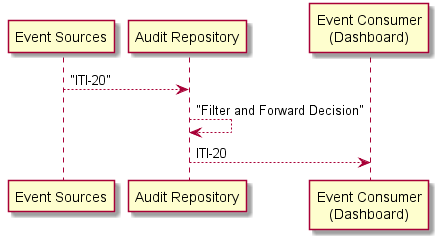
The PlantUML diagram pix-rest-workflow.png in rjhorn-agfa/SOLE, before a commit.
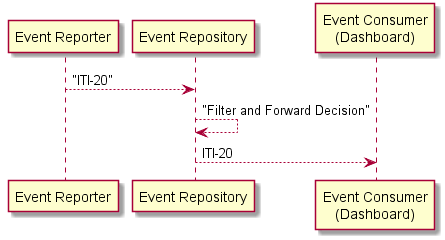
The same diagram one commit later.

The edit, as a diff of the source:
```diff
@@ -1,7 +1,7 @@
 @startuml
 
-"Event Sources" --> "Audit Repository" : "ITI-20"
-"Audit Repository" --> "Audit Repository" : "Filter and Forward Decision"
-"Audit Repository" --> "Event Consumer\n(Dashboard)" : ITI-20
+"Event Reporter" --> "Event Repository" : "ITI-20"
+"Event Repository" --> "Event Repository" : "Filter and Forward Decision"
+"Event Repository" --> "Event Consumer\n(Dashboard)" : ITI-20
 
 @enduml
```
